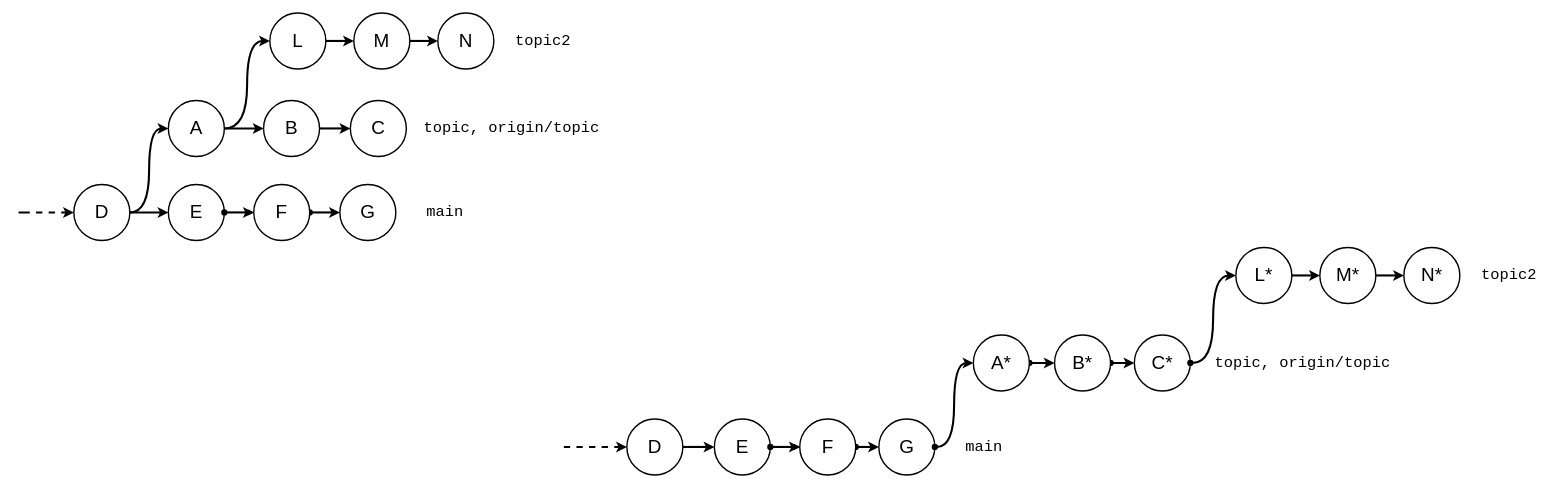
Before: rebase-exercise/git-rebase-exercise.drawio in nav-mohan/wiki, a draw.io diagram. Source tidied: cells renumbered, new cells numbered last; positions are measured from the earlier drawing's top-left corner, leaving out a move shared by most shapes. Both pictures are drawn from the tidied source at 70%, with x=0, y=0 at pixel (18, 13).
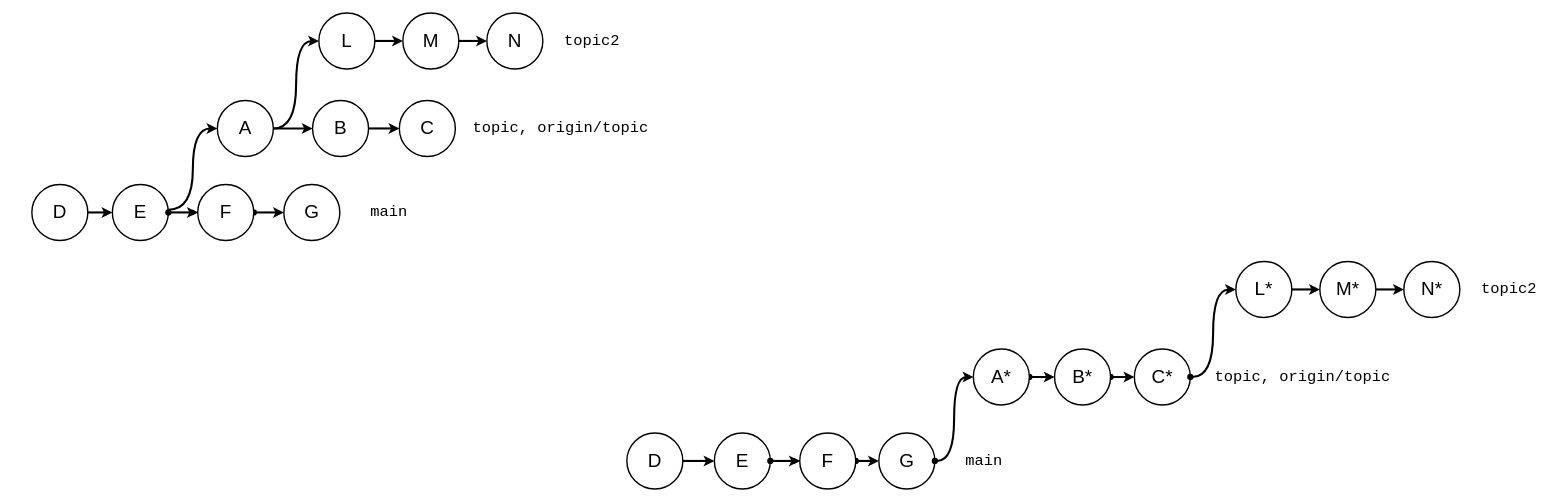
After the change.

Commit message (it also covers changes not shown here):
edits to images rebase-exercise

The edit, as a diff of the source:
```diff
@@
     <mxCell id="4" value="E" style="ellipse;whiteSpace=wrap;html=1;strokeWidth=2;fontSize=27;fillColor=light-dark(#FFFFFF,#1000FF);fontColor=light-dark(#000000,#FFFFFF);strokeColor=light-dark(#000000,#FFFFFF);" parent="1" vertex="1">
-      <mxGeometry x="215" y="245" width="80" height="80" as="geometry" />
+      <mxGeometry x="135" y="245" width="80" height="80" as="geometry" />
     </mxCell>
     <mxCell id="5" value="N" style="ellipse;whiteSpace=wrap;html=1;strokeWidth=2;fontSize=27;fillColor=light-dark(#FFFFFF,#02B006);fontColor=light-dark(#000000,#FFFFFF);strokeColor=default;align=center;verticalAlign=middle;fontFamily=Helvetica;" parent="1" vertex="1">
-      <mxGeometry x="600" width="80" height="80" as="geometry" />
+      <mxGeometry x="670" width="80" height="80" as="geometry" />
     </mxCell>
@@
     <mxCell id="7" value="A" style="ellipse;whiteSpace=wrap;html=1;strokeWidth=2;fontSize=27;fillColor=light-dark(#FFFFFF,#FF0800);fontColor=light-dark(#000000,#FFFFFF);strokeColor=default;align=center;verticalAlign=middle;fontFamily=Helvetica;" parent="1" vertex="1">
-      <mxGeometry x="215" y="125" width="80" height="80" as="geometry" />
+      <mxGeometry x="285" y="125" width="80" height="80" as="geometry" />
     </mxCell>
@@
     <mxCell id="10" value="M" style="ellipse;whiteSpace=wrap;html=1;strokeWidth=2;fontSize=27;fillColor=light-dark(#FFFFFF,#02B006);fontColor=light-dark(#000000,#FFFFFF);strokeColor=default;align=center;verticalAlign=middle;fontFamily=Helvetica;" parent="1" vertex="1">
-      <mxGeometry x="480" width="80" height="80" as="geometry" />
+      <mxGeometry x="550" width="80" height="80" as="geometry" />
     </mxCell>
     <mxCell id="11" value="&lt;font face=&quot;Courier New&quot;&gt;topic2&lt;/font&gt;" style="text;html=1;align=center;verticalAlign=middle;strokeColor=none;fillColor=none;fontSize=22;" parent="1" vertex="1">
-      <mxGeometry x="700" y="20" width="100" height="40" as="geometry" />
+      <mxGeometry x="770" y="20" width="100" height="40" as="geometry" />
     </mxCell>
     <mxCell id="12" value="&lt;font face=&quot;Courier New&quot;&gt;topic, origin/topic&lt;/font&gt;" style="text;html=1;align=center;verticalAlign=middle;strokeColor=none;fillColor=none;fontSize=22;" parent="1" vertex="1">
-      <mxGeometry x="570" y="145" width="270" height="40" as="geometry" />
+      <mxGeometry x="640" y="145" width="270" height="40" as="geometry" />
     </mxCell>
-    <mxCell id="13" style="edgeStyle=orthogonalEdgeStyle;rounded=0;jettySize=auto;html=1;dashed=1;strokeWidth=3;" parent="1" edge="1" target="14">
-      <mxGeometry relative="1" as="geometry">
-        <mxPoint x="10" y="285" as="sourcePoint" />
-        <Array as="points">
-          <mxPoint y="285" />
-          <mxPoint y="285" />
-        </Array>
-      </mxGeometry>
-    </mxCell>
     <mxCell id="14" value="D" style="ellipse;whiteSpace=wrap;html=1;strokeWidth=2;fontSize=27;fillColor=light-dark(#FFFFFF,#1000FF);fontColor=light-dark(#000000,#FFFFFF);strokeColor=light-dark(#000000,#FFFFFF);" parent="1" vertex="1">
-      <mxGeometry x="80" y="245" width="80" height="80" as="geometry" />
+      <mxGeometry x="20" y="245" width="80" height="80" as="geometry" />
     </mxCell>
@@
     <mxCell id="16" value="G" style="ellipse;whiteSpace=wrap;html=1;strokeWidth=2;fontSize=27;fillColor=light-dark(#FFFFFF,#1000FF);fontColor=light-dark(#000000,#FFFFFF);strokeColor=light-dark(#000000,#FFFFFF);" parent="1" vertex="1">
-      <mxGeometry x="460" y="245" width="80" height="80" as="geometry" />
+      <mxGeometry x="380" y="245" width="80" height="80" as="geometry" />
     </mxCell>
@@
     <mxCell id="18" value="B" style="ellipse;whiteSpace=wrap;html=1;strokeWidth=2;fontSize=27;fillColor=light-dark(#FFFFFF,#FF0800);fontColor=light-dark(#000000,#FFFFFF);strokeColor=default;align=center;verticalAlign=middle;fontFamily=Helvetica;" parent="1" vertex="1">
-      <mxGeometry x="351" y="125" width="80" height="80" as="geometry" />
+      <mxGeometry x="421" y="125" width="80" height="80" as="geometry" />
     </mxCell>
@@
     <mxCell id="20" value="L" style="ellipse;whiteSpace=wrap;html=1;strokeWidth=2;fontSize=27;fillColor=light-dark(#FFFFFF,#02B006);fontColor=light-dark(#000000,#FFFFFF);strokeColor=default;align=center;verticalAlign=middle;fontFamily=Helvetica;" parent="1" vertex="1">
-      <mxGeometry x="360" width="80" height="80" as="geometry" />
+      <mxGeometry x="430" width="80" height="80" as="geometry" />
     </mxCell>
@@
     <mxCell id="22" value="F" style="ellipse;whiteSpace=wrap;html=1;strokeWidth=2;fontSize=27;fillColor=light-dark(#FFFFFF,#1000FF);fontColor=light-dark(#000000,#FFFFFF);strokeColor=light-dark(#000000,#FFFFFF);" parent="1" vertex="1">
-      <mxGeometry x="337" y="245" width="80" height="80" as="geometry" />
+      <mxGeometry x="257" y="245" width="80" height="80" as="geometry" />
     </mxCell>
     <mxCell id="23" value="&lt;font face=&quot;Courier New&quot;&gt;main&lt;/font&gt;" style="text;html=1;align=center;verticalAlign=middle;strokeColor=none;fillColor=none;fontSize=22;" parent="1" vertex="1">
-      <mxGeometry x="570" y="265" width="80" height="40" as="geometry" />
+      <mxGeometry x="490" y="265" width="80" height="40" as="geometry" />
     </mxCell>
     <mxCell id="24" value="C" style="ellipse;whiteSpace=wrap;html=1;strokeWidth=2;fontSize=27;fillColor=light-dark(#FFFFFF,#FF0800);fontColor=light-dark(#000000,#FFFFFF);strokeColor=default;align=center;verticalAlign=middle;fontFamily=Helvetica;" parent="1" vertex="1">
-      <mxGeometry x="475" y="125" width="80" height="80" as="geometry" />
+      <mxGeometry x="545" y="125" width="80" height="80" as="geometry" />
     </mxCell>
-    <mxCell id="25" style="edgeStyle=orthogonalEdgeStyle;rounded=0;jettySize=auto;html=1;entryX=0;entryY=0.5;entryDx=0;entryDy=0;strokeWidth=3;exitX=1;exitY=0.5;exitDx=0;exitDy=0;curved=1;" parent="1" edge="1" source="14" target="7">
+    <mxCell id="25" style="rounded=0;jettySize=auto;html=1;entryX=0;entryY=0.5;entryDx=0;entryDy=0;strokeWidth=3;exitX=1.004;exitY=0.453;exitDx=0;exitDy=0;exitPerimeter=0;edgeStyle=orthogonalEdgeStyle;curved=1;" parent="1" edge="1" source="4" target="7">
       <mxGeometry relative="1" as="geometry" />
     </mxCell>
@@
     <mxCell id="29" value="E" style="ellipse;whiteSpace=wrap;html=1;strokeWidth=2;fontSize=27;fillColor=light-dark(#FFFFFF,#1000FF);fontColor=light-dark(#000000,#FFFFFF);strokeColor=light-dark(#000000,#FFFFFF);" parent="1" vertex="1">
-      <mxGeometry x="995" y="580" width="80" height="80" as="geometry" />
+      <mxGeometry x="995" y="600" width="80" height="80" as="geometry" />
     </mxCell>
     <mxCell id="30" value="N*" style="ellipse;whiteSpace=wrap;html=1;strokeWidth=2;fontSize=27;fillColor=light-dark(#FFFFFF,#02B006);fontColor=light-dark(#000000,#FFFFFF);strokeColor=default;align=center;verticalAlign=middle;fontFamily=Helvetica;" parent="1" vertex="1">
-      <mxGeometry x="1980" y="335" width="80" height="80" as="geometry" />
+      <mxGeometry x="1980" y="355" width="80" height="80" as="geometry" />
     </mxCell>
@@
     <mxCell id="32" value="A*" style="ellipse;whiteSpace=wrap;html=1;strokeWidth=2;fontSize=27;fillColor=light-dark(#FFFFFF,#FF0800);fontColor=light-dark(#000000,#FFFFFF);strokeColor=default;align=center;verticalAlign=middle;fontFamily=Helvetica;" parent="1" vertex="1">
-      <mxGeometry x="1365" y="460" width="80" height="80" as="geometry" />
+      <mxGeometry x="1365" y="480" width="80" height="80" as="geometry" />
     </mxCell>
@@
     <mxCell id="35" value="M*" style="ellipse;whiteSpace=wrap;html=1;strokeWidth=2;fontSize=27;fillColor=light-dark(#FFFFFF,#02B006);fontColor=light-dark(#000000,#FFFFFF);strokeColor=default;align=center;verticalAlign=middle;fontFamily=Helvetica;" parent="1" vertex="1">
-      <mxGeometry x="1860" y="335" width="80" height="80" as="geometry" />
+      <mxGeometry x="1860" y="355" width="80" height="80" as="geometry" />
     </mxCell>
     <mxCell id="36" value="&lt;font face=&quot;Courier New&quot;&gt;topic2&lt;/font&gt;" style="text;html=1;align=center;verticalAlign=middle;strokeColor=none;fillColor=none;fontSize=22;" parent="1" vertex="1">
-      <mxGeometry x="2080" y="355" width="100" height="40" as="geometry" />
+      <mxGeometry x="2080" y="375" width="100" height="40" as="geometry" />
     </mxCell>
     <mxCell id="37" value="&lt;font face=&quot;Courier New&quot;&gt;topic, origin/topic&lt;/font&gt;" style="text;html=1;align=center;verticalAlign=middle;strokeColor=none;fillColor=none;fontSize=22;" parent="1" vertex="1">
-      <mxGeometry x="1700" y="480" width="270" height="40" as="geometry" />
+      <mxGeometry x="1700" y="500" width="270" height="40" as="geometry" />
     </mxCell>
-    <mxCell id="38" style="edgeStyle=orthogonalEdgeStyle;rounded=0;jettySize=auto;html=1;dashed=1;strokeWidth=3;" parent="1" edge="1" target="39">
-      <mxGeometry relative="1" as="geometry">
-        <mxPoint x="780" y="620" as="sourcePoint" />
-        <Array as="points">
-          <mxPoint x="830" y="620" />
-          <mxPoint x="830" y="620" />
-        </Array>
-      </mxGeometry>
-    </mxCell>
     <mxCell id="39" value="D" style="ellipse;whiteSpace=wrap;html=1;strokeWidth=2;fontSize=27;fillColor=light-dark(#FFFFFF,#1000FF);fontColor=light-dark(#000000,#FFFFFF);strokeColor=light-dark(#000000,#FFFFFF);" parent="1" vertex="1">
-      <mxGeometry x="870" y="580" width="80" height="80" as="geometry" />
+      <mxGeometry x="870" y="600" width="80" height="80" as="geometry" />
     </mxCell>
     <mxCell id="40" style="endArrow=classic;html=1;rounded=0;entryX=0;entryY=0.5;entryDx=0;entryDy=0;exitX=1;exitY=0.5;exitDx=0;exitDy=0;strokeWidth=3;startArrow=oval;startFill=1;fontSize=27;fontColor=light-dark(#000000,#000000);endSize=6;" parent="1" edge="1" source="47" target="41">
       <mxGeometry relative="1" as="geometry">
         <Array as="points">
-          <mxPoint x="1200" y="620" />
+          <mxPoint x="1200" y="640" />
         </Array>
       </mxGeometry>
     </mxCell>
     <mxCell id="41" value="G" style="ellipse;whiteSpace=wrap;html=1;strokeWidth=2;fontSize=27;fillColor=light-dark(#FFFFFF,#1000FF);fontColor=light-dark(#000000,#FFFFFF);strokeColor=light-dark(#000000,#FFFFFF);" parent="1" vertex="1">
-      <mxGeometry x="1230" y="580" width="80" height="80" as="geometry" />
+      <mxGeometry x="1230" y="600" width="80" height="80" as="geometry" />
     </mxCell>
@@
     <mxCell id="43" value="B*" style="ellipse;whiteSpace=wrap;html=1;strokeWidth=2;fontSize=27;fillColor=light-dark(#FFFFFF,#FF0800);fontColor=light-dark(#000000,#FFFFFF);strokeColor=default;align=center;verticalAlign=middle;fontFamily=Helvetica;" parent="1" vertex="1">
-      <mxGeometry x="1481" y="460" width="80" height="80" as="geometry" />
+      <mxGeometry x="1481" y="480" width="80" height="80" as="geometry" />
     </mxCell>
@@
     <mxCell id="45" value="L*" style="ellipse;whiteSpace=wrap;html=1;strokeWidth=2;fontSize=27;fillColor=light-dark(#FFFFFF,#02B006);fontColor=light-dark(#000000,#FFFFFF);strokeColor=default;align=center;verticalAlign=middle;fontFamily=Helvetica;" parent="1" vertex="1">
-      <mxGeometry x="1740" y="335" width="80" height="80" as="geometry" />
+      <mxGeometry x="1740" y="355" width="80" height="80" as="geometry" />
     </mxCell>
@@
     <mxCell id="47" value="F" style="ellipse;whiteSpace=wrap;html=1;strokeWidth=2;fontSize=27;fillColor=light-dark(#FFFFFF,#1000FF);fontColor=light-dark(#000000,#FFFFFF);strokeColor=light-dark(#000000,#FFFFFF);" parent="1" vertex="1">
-      <mxGeometry x="1117" y="580" width="80" height="80" as="geometry" />
+      <mxGeometry x="1117" y="600" width="80" height="80" as="geometry" />
     </mxCell>
     <mxCell id="48" value="&lt;font face=&quot;Courier New&quot;&gt;main&lt;/font&gt;" style="text;html=1;align=center;verticalAlign=middle;strokeColor=none;fillColor=none;fontSize=22;" parent="1" vertex="1">
-      <mxGeometry x="1340" y="600" width="80" height="40" as="geometry" />
+      <mxGeometry x="1340" y="620" width="80" height="40" as="geometry" />
     </mxCell>
     <mxCell id="49" value="C*" style="ellipse;whiteSpace=wrap;html=1;strokeWidth=2;fontSize=27;fillColor=light-dark(#FFFFFF,#FF0800);fontColor=light-dark(#000000,#FFFFFF);strokeColor=default;align=center;verticalAlign=middle;fontFamily=Helvetica;" parent="1" vertex="1">
-      <mxGeometry x="1595" y="460" width="80" height="80" as="geometry" />
+      <mxGeometry x="1595" y="480" width="80" height="80" as="geometry" />
     </mxCell>
```
